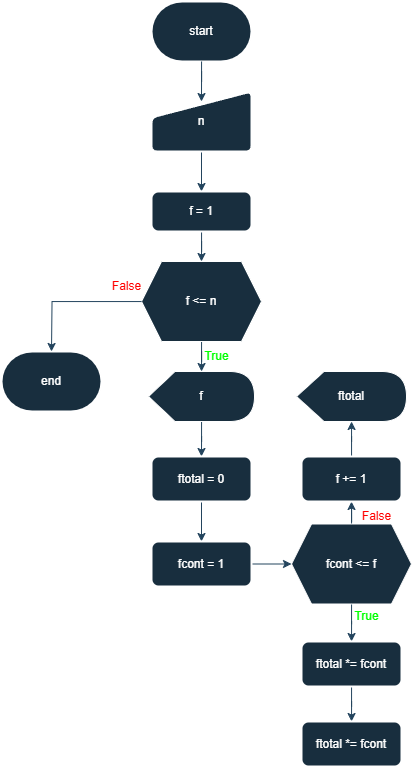
Above: Parte-3/atividade9.png in kf-martins-uel/algoritmos-atividade1 (draw.io), before the change. Source tidied: cells renumbered, new cells last; positions are measured from the earlier drawing's top-left corner, leaving out a move shared by most shapes.
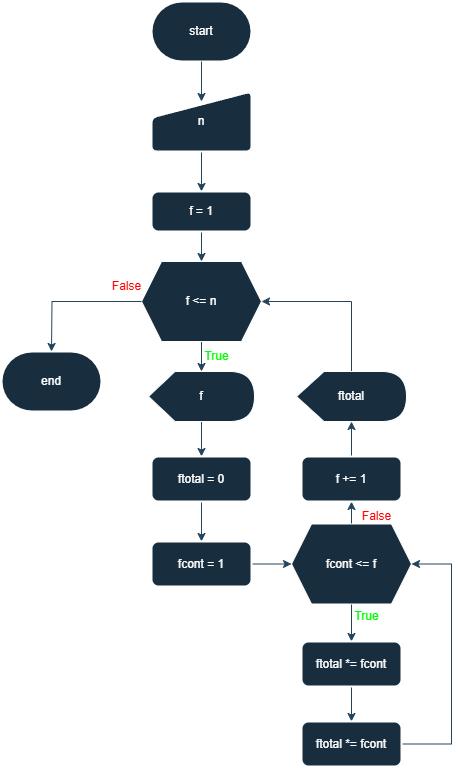
After the commit.

The edit, as a diff of the source:
```diff
@@ -67,9 +67,24 @@
     <mxCell id="22" value="ftotal *= fcont" style="rounded=1;whiteSpace=wrap;html=1;absoluteArcSize=1;arcSize=14;strokeWidth=2;labelBackgroundColor=none;fillColor=#182E3E;strokeColor=#FFFFFF;fontColor=#FFFFFF;" parent="1" vertex="1">
       <mxGeometry x="300" y="640" width="100" height="45" as="geometry" />
     </mxCell>
+    <mxCell id="31" style="edgeStyle=orthogonalEdgeStyle;rounded=0;jettySize=auto;html=1;entryX=1;entryY=0.5;entryDx=0;entryDy=0;strokeColor=#23445D;" parent="1" edge="1" source="23" target="20">
+      <mxGeometry relative="1" as="geometry">
+        <Array as="points">
+          <mxPoint x="450" y="743" />
+          <mxPoint x="450" y="563" />
+        </Array>
+      </mxGeometry>
+    </mxCell>
     <mxCell id="23" value="ftotal *= fcont" style="rounded=1;whiteSpace=wrap;html=1;absoluteArcSize=1;arcSize=14;strokeWidth=2;labelBackgroundColor=none;fillColor=#182E3E;strokeColor=#FFFFFF;fontColor=#FFFFFF;" parent="1" vertex="1">
       <mxGeometry x="300" y="720" width="100" height="45" as="geometry" />
     </mxCell>
+    <mxCell id="32" style="edgeStyle=orthogonalEdgeStyle;rounded=0;jettySize=auto;html=1;entryX=1;entryY=0.5;entryDx=0;entryDy=0;strokeColor=#23445D;" parent="1" edge="1" source="24" target="5">
+      <mxGeometry relative="1" as="geometry">
+        <Array as="points">
+          <mxPoint x="350" y="300" />
+        </Array>
+      </mxGeometry>
+    </mxCell>
     <mxCell id="24" value="ftotal" style="shape=display;whiteSpace=wrap;html=1;strokeColor=#FFFFFF;fontColor=#FFFFFF;fillColor=#182E3E;" parent="1" vertex="1">
       <mxGeometry x="295" y="370" width="110" height="50" as="geometry" />
     </mxCell>
```
